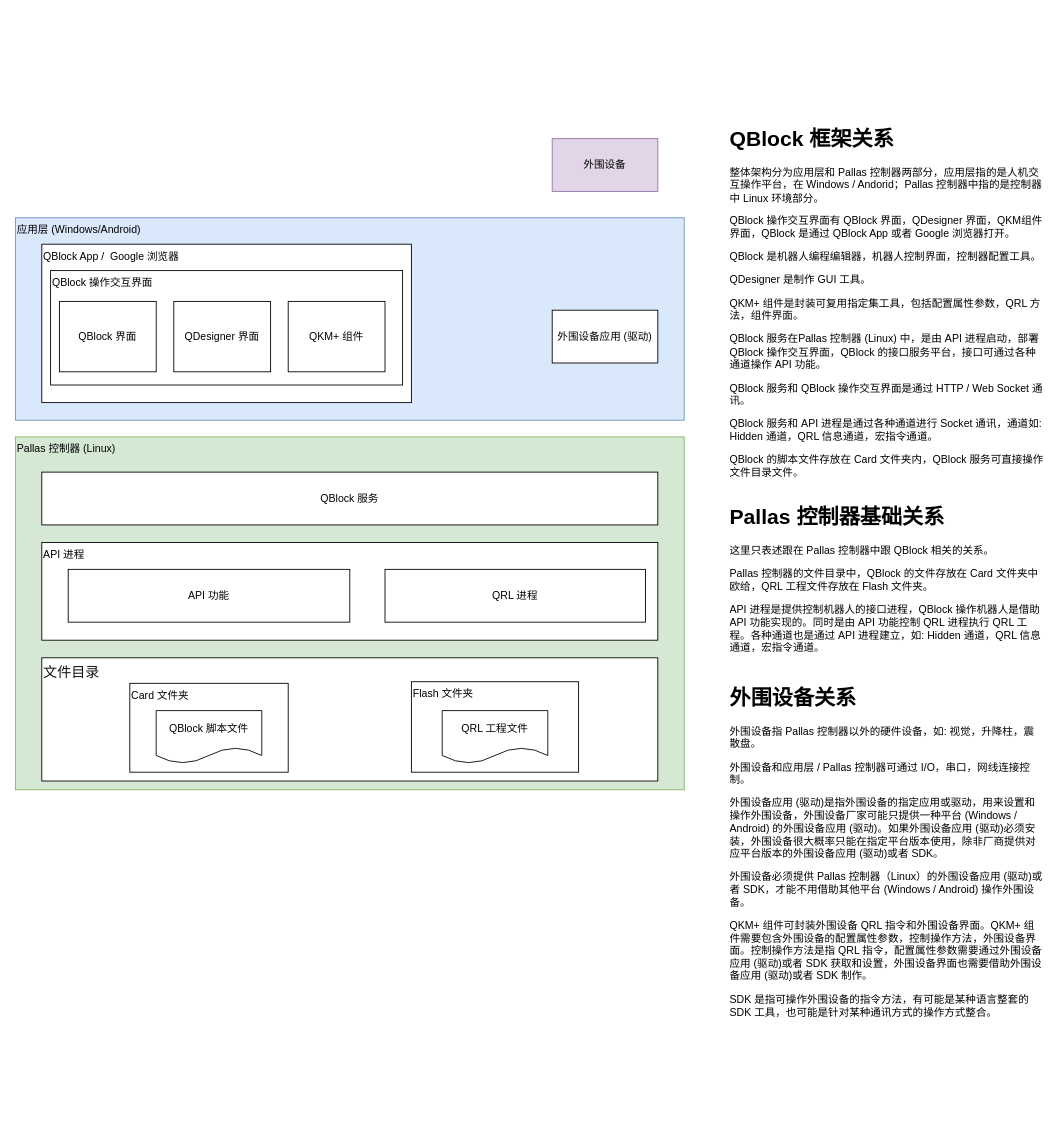
Earlier version of the draw.io diagram page "QBlock 架构" (1 of 9) of QBlock 架构图.drawio (laphomeliang/QBlockArchitectureDiagram). Source tidied: cells renumbered, new cells numbered last; positions are measured from the earlier drawing's top-left corner, leaving out a move shared by most shapes. Both pictures are drawn from the tidied source at 88%, with x=0, y=0 at pixel (15, 121).
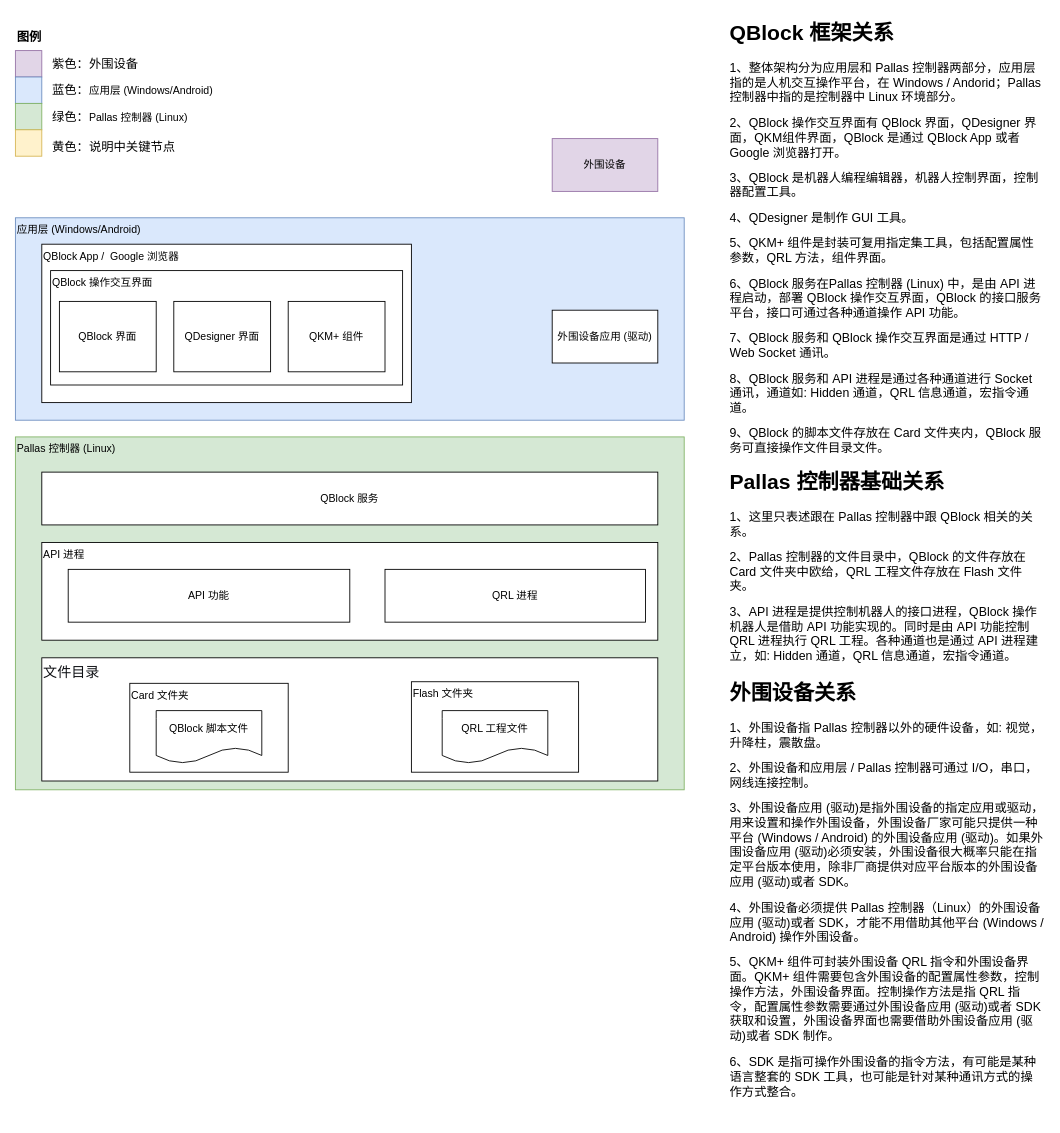
The same diagram, later.

What changed in the source:
```diff
@@
-    <mxCell id="15" value="&lt;h1 style=&quot;margin-top: 0px;&quot;&gt;QBlock 框架关系&lt;/h1&gt;&lt;p&gt;整体架构分为应用层和 Pallas 控制器两部分，应用层指的是人机交互操作平台，在 Windows / Andorid；Pallas 控制器中指的是控制器中 Linux 环境部分。&lt;/p&gt;&lt;p&gt;QBlock 操作交互界面有 QBlock 界面，QDesigner 界面，QKM组件界面，QBlock 是通过 QBlock App 或者 Google 浏览器打开。&lt;/p&gt;&lt;p&gt;QBlock 是机器人编程编辑器，&lt;span style=&quot;background-color: transparent; color: light-dark(rgb(0, 0, 0), rgb(255, 255, 255));&quot;&gt;机器人控制界面，控制器配置工具&lt;/span&gt;&lt;span style=&quot;background-color: transparent; color: light-dark(rgb(0, 0, 0), rgb(255, 255, 255));&quot;&gt;。&lt;/span&gt;&lt;/p&gt;&lt;p&gt;QDesigner 是制作 GUI 工具。&lt;/p&gt;&lt;p&gt;QKM+ 组件是封装可复用指定集工具，包括配置属性参数，QRL 方法，组件界面。&lt;/p&gt;&lt;p&gt;QBlock 服务在Pallas 控制器 (Linux) 中，是由 API 进程启动，部署 QBlock 操作交互界面，QBlock 的接口服务平台，接口可通过各种通道操作 API 功能。&lt;/p&gt;&lt;p&gt;QBlock 服务和 QBlock 操作交互界面是通过 HTTP / Web Socket 通讯。&lt;/p&gt;&lt;p&gt;QBlock 服务和 API 进程是通过各种通道进行 Socket 通讯，通道&lt;span style=&quot;background-color: transparent; color: light-dark(rgb(0, 0, 0), rgb(255, 255, 255));&quot;&gt;如: Hidden 通道，QRL 信息通道，宏指令通道。&lt;/span&gt;&lt;/p&gt;&lt;p&gt;&lt;span style=&quot;background-color: transparent; color: light-dark(rgb(0, 0, 0), rgb(255, 255, 255));&quot;&gt;QBlock 的脚本文件存放在 Card 文件夹内，&lt;/span&gt;&lt;span style=&quot;background-color: transparent; color: light-dark(rgb(0, 0, 0), rgb(255, 255, 255));&quot;&gt;QBlock 服务可直接操作文件目录文件&lt;/span&gt;&lt;span style=&quot;background-color: transparent; color: light-dark(rgb(0, 0, 0), rgb(255, 255, 255));&quot;&gt;。&lt;/span&gt;&lt;/p&gt;&lt;p&gt;&lt;br&gt;&lt;/p&gt;&lt;p&gt;&lt;br&gt;&lt;/p&gt;" style="text;html=1;whiteSpace=wrap;overflow=hidden;rounded=0;" parent="1" vertex="1">
-      <mxGeometry x="810" width="360" height="420" as="geometry" />
+    <mxCell id="15" value="&lt;h1 style=&quot;margin-top: 0px;&quot;&gt;QBlock 框架关系&lt;/h1&gt;&lt;p&gt;&lt;font style=&quot;font-size: 14px;&quot;&gt;1、整体架构分为应用层和 Pallas 控制器两部分，应用层指的是人机交互操作平台，在 Windows / Andorid；Pallas 控制器中指的是控制器中 Linux 环境部分。&lt;/font&gt;&lt;/p&gt;&lt;p&gt;&lt;font style=&quot;font-size: 14px;&quot;&gt;2、QBlock 操作交互界面有 QBlock 界面，QDesigner 界面，QKM组件界面，QBlock 是通过 QBlock App 或者 Google 浏览器打开。&lt;/font&gt;&lt;/p&gt;&lt;p&gt;&lt;font style=&quot;font-size: 14px;&quot;&gt;3、QBlock 是机器人编程编辑器，&lt;span style=&quot;background-color: transparent; color: light-dark(rgb(0, 0, 0), rgb(255, 255, 255));&quot;&gt;机器人控制界面，控制器配置工具&lt;/span&gt;&lt;span style=&quot;background-color: transparent; color: light-dark(rgb(0, 0, 0), rgb(255, 255, 255));&quot;&gt;。&lt;/span&gt;&lt;/font&gt;&lt;/p&gt;&lt;p&gt;&lt;font style=&quot;font-size: 14px;&quot;&gt;4、QDesigner 是制作 GUI 工具。&lt;/font&gt;&lt;/p&gt;&lt;p&gt;&lt;font style=&quot;font-size: 14px;&quot;&gt;5、QKM+ 组件是封装可复用指定集工具，包括配置属性参数，QRL 方法，组件界面。&lt;/font&gt;&lt;/p&gt;&lt;p&gt;&lt;font style=&quot;font-size: 14px;&quot;&gt;6、QBlock 服务在Pallas 控制器 (Linux) 中，是由 API 进程启动，部署 QBlock 操作交互界面，QBlock 的接口服务平台，接口可通过各种通道操作 API 功能。&lt;/font&gt;&lt;/p&gt;&lt;p&gt;&lt;font style=&quot;font-size: 14px;&quot;&gt;7、QBlock 服务和 QBlock 操作交互界面是通过 HTTP / Web Socket 通讯。&lt;/font&gt;&lt;/p&gt;&lt;p&gt;&lt;font style=&quot;font-size: 14px;&quot;&gt;8、QBlock 服务和 API 进程是通过各种通道进行 Socket 通讯，通道&lt;span style=&quot;background-color: transparent; color: light-dark(rgb(0, 0, 0), rgb(255, 255, 255));&quot;&gt;如: Hidden 通道，QRL 信息通道，宏指令通道。&lt;/span&gt;&lt;/font&gt;&lt;/p&gt;&lt;p&gt;&lt;font style=&quot;font-size: 14px;&quot;&gt;&lt;span style=&quot;background-color: transparent; color: light-dark(rgb(0, 0, 0), rgb(255, 255, 255));&quot;&gt;9、QBlock 的脚本文件存放在 Card 文件夹内，&lt;/span&gt;&lt;span style=&quot;background-color: transparent; color: light-dark(rgb(0, 0, 0), rgb(255, 255, 255));&quot;&gt;QBlock 服务可直接操作文件目录文件&lt;/span&gt;&lt;span style=&quot;background-color: transparent; color: light-dark(rgb(0, 0, 0), rgb(255, 255, 255));&quot;&gt;。&lt;/span&gt;&lt;/font&gt;&lt;/p&gt;&lt;p&gt;&lt;br&gt;&lt;/p&gt;&lt;p&gt;&lt;br&gt;&lt;/p&gt;" style="text;html=1;whiteSpace=wrap;overflow=hidden;rounded=0;" parent="1" vertex="1">
+      <mxGeometry x="810" y="-120" width="360" height="510" as="geometry" />
     </mxCell>
@@
-    <mxCell id="19" value="&lt;h1 style=&quot;margin-top: 0px;&quot;&gt;Pallas 控制器基础关系&lt;/h1&gt;&lt;p&gt;这里只表述跟在 Pallas 控制器中跟 QBlock 相关的关系。&lt;/p&gt;&lt;p&gt;Pallas 控制器的文件目录中，QBlock 的文件存放在 Card 文件夹中欧给，QRL 工程文件存放在 Flash 文件夹。&lt;/p&gt;&lt;p&gt;API 进程是提供控制机器人的接口进程，QBlock 操作机器人是借助 API 功能实现的。同时是由 API 功能控制 QRL 进程执行 QRL 工程。各种通道也是通过 API 进程建立，如: Hidden 通道，QRL 信息通道，宏指令通道。&lt;/p&gt;" style="text;html=1;whiteSpace=wrap;overflow=hidden;rounded=0;" parent="1" vertex="1">
-      <mxGeometry x="810" y="430" width="360" height="220" as="geometry" />
+    <mxCell id="19" value="&lt;h1 style=&quot;margin-top: 0px;&quot;&gt;Pallas 控制器基础关系&lt;/h1&gt;&lt;p&gt;&lt;font style=&quot;font-size: 14px;&quot;&gt;1、这里只表述跟在 Pallas 控制器中跟 QBlock 相关的关系。&lt;/font&gt;&lt;/p&gt;&lt;p&gt;&lt;font style=&quot;font-size: 14px;&quot;&gt;2、Pallas 控制器的文件目录中，QBlock 的文件存放在 Card 文件夹中欧给，QRL 工程文件存放在 Flash 文件夹。&lt;/font&gt;&lt;/p&gt;&lt;p&gt;&lt;font style=&quot;font-size: 14px;&quot;&gt;3、API 进程是提供控制机器人的接口进程，QBlock 操作机器人是借助 API 功能实现的。同时是由 API 功能控制 QRL 进程执行 QRL 工程。各种通道也是通过 API 进程建立，如: Hidden 通道，QRL 信息通道，宏指令通道。&lt;/font&gt;&lt;/p&gt;" style="text;html=1;whiteSpace=wrap;overflow=hidden;rounded=0;" parent="1" vertex="1">
+      <mxGeometry x="810" y="390" width="360" height="240" as="geometry" />
     </mxCell>
-    <mxCell id="20" value="&lt;h1 style=&quot;margin-top: 0px;&quot;&gt;外围设备关系&lt;/h1&gt;&lt;p&gt;外围设备指 Pallas 控制器以外的硬件设备，如: 视觉，升降柱，震散盘。&lt;/p&gt;&lt;p&gt;外围设备和应用层 / Pallas 控制器可通过 I/O，串口，网线连接控制。&lt;/p&gt;&lt;p&gt;&lt;span style=&quot;text-align: center;&quot;&gt;外围设备应用 (驱动)是指外围设备的指定应用或驱动，用来设置和操作外围设备，外围设备厂家可能只提供一种平台 (Windows / Android) 的&lt;/span&gt;&lt;span style=&quot;text-align: center; background-color: transparent; color: light-dark(rgb(0, 0, 0), rgb(255, 255, 255));&quot;&gt;外围设备应用 (驱动)。如果&lt;/span&gt;&lt;span style=&quot;text-align: center; background-color: transparent; color: light-dark(rgb(0, 0, 0), rgb(255, 255, 255));&quot;&gt;外围设备应用 (驱动)必须安装，外围设备很大概率只能在指定平台版本使用，除非厂商提供对应平台版本的&lt;/span&gt;&lt;span style=&quot;text-align: center; background-color: transparent; color: light-dark(rgb(0, 0, 0), rgb(255, 255, 255));&quot;&gt;外围设备应用 (驱动)或者 SDK&lt;/span&gt;&lt;span style=&quot;background-color: transparent; color: light-dark(rgb(0, 0, 0), rgb(255, 255, 255)); text-align: center;&quot;&gt;。&lt;/span&gt;&lt;/p&gt;&lt;p&gt;外围设备必须提供 Pallas 控制器（Linux）的&lt;span style=&quot;text-align: center; background-color: transparent; color: light-dark(rgb(0, 0, 0), rgb(255, 255, 255));&quot;&gt;外围设备应用 (驱动)或者 SDK，才能不用借助其他平台&lt;/span&gt;&lt;span style=&quot;text-align: center; background-color: transparent; color: light-dark(rgb(0, 0, 0), rgb(255, 255, 255));&quot;&gt;&amp;nbsp;&lt;/span&gt;&lt;span style=&quot;text-align: center; background-color: transparent; color: light-dark(rgb(0, 0, 0), rgb(255, 255, 255));&quot;&gt;(Windows / Android)&lt;/span&gt;&lt;span style=&quot;text-align: center; background-color: transparent; color: light-dark(rgb(0, 0, 0), rgb(255, 255, 255));&quot;&gt;&amp;nbsp;操作外围设备。&lt;/span&gt;&lt;/p&gt;&lt;p&gt;QKM+ 组件可封装外围设备 QRL 指令和&lt;span style=&quot;background-color: transparent; color: light-dark(rgb(0, 0, 0), rgb(255, 255, 255));&quot;&gt;外围设备&lt;/span&gt;&lt;span style=&quot;background-color: transparent; color: light-dark(rgb(0, 0, 0), rgb(255, 255, 255));&quot;&gt;界面。QKM+ 组件需要包含外围设备的配置属性参数，控制操作方法，外围设备界面。&lt;/span&gt;&lt;span style=&quot;background-color: transparent; color: light-dark(rgb(0, 0, 0), rgb(255, 255, 255));&quot;&gt;控制操作方法是指 QRL 指令，配置属性参数需要通过&lt;/span&gt;&lt;span style=&quot;text-align: center; background-color: transparent; color: light-dark(rgb(0, 0, 0), rgb(255, 255, 255));&quot;&gt;外围设备应用 (驱动)或者 SDK 获取和设置，&lt;/span&gt;&lt;span style=&quot;background-color: transparent; color: light-dark(rgb(0, 0, 0), rgb(255, 255, 255));&quot;&gt;外围设备&lt;/span&gt;&lt;span style=&quot;background-color: transparent; color: light-dark(rgb(0, 0, 0), rgb(255, 255, 255));&quot;&gt;界面也需要借助&lt;/span&gt;&lt;span style=&quot;text-align: center; background-color: transparent; color: light-dark(rgb(0, 0, 0), rgb(255, 255, 255));&quot;&gt;外围设备应用 (驱动)或者 SDK&lt;/span&gt;&lt;span style=&quot;text-align: center; background-color: transparent; color: light-dark(rgb(0, 0, 0), rgb(255, 255, 255));&quot;&gt;&amp;nbsp;制作。&lt;/span&gt;&lt;/p&gt;&lt;p&gt;&lt;span style=&quot;text-align: center; background-color: transparent; color: light-dark(rgb(0, 0, 0), rgb(255, 255, 255));&quot;&gt;SDK 是指可操作外围设备的指令方法，有可能是某种语言整套的 SDK 工具，也可能是针对某种通讯方式的操作方式整合。&lt;/span&gt;&lt;/p&gt;" style="text;html=1;whiteSpace=wrap;overflow=hidden;rounded=0;" parent="1" vertex="1">
-      <mxGeometry x="810" y="635" width="360" height="400" as="geometry" />
+    <mxCell id="20" value="&lt;h1 style=&quot;margin-top: 0px;&quot;&gt;外围设备关系&lt;/h1&gt;&lt;p&gt;&lt;font style=&quot;font-size: 14px;&quot;&gt;1、外围设备指 Pallas 控制器以外的硬件设备，如: 视觉，升降柱，震散盘。&lt;/font&gt;&lt;/p&gt;&lt;p&gt;&lt;font style=&quot;font-size: 14px;&quot;&gt;2、外围设备和应用层 / Pallas 控制器可通过 I/O，串口，网线连接控制。&lt;/font&gt;&lt;/p&gt;&lt;p&gt;&lt;font style=&quot;font-size: 14px;&quot;&gt;&lt;span style=&quot;text-align: center;&quot;&gt;3、外围设备应用 (驱动)是指外围设备的指定应用或驱动，用来设置和操作外围设备，外围设备厂家可能只提供一种平台 (Windows / Android) 的&lt;/span&gt;&lt;span style=&quot;text-align: center; background-color: transparent; color: light-dark(rgb(0, 0, 0), rgb(255, 255, 255));&quot;&gt;外围设备应用 (驱动)。如果&lt;/span&gt;&lt;span style=&quot;text-align: center; background-color: transparent; color: light-dark(rgb(0, 0, 0), rgb(255, 255, 255));&quot;&gt;外围设备应用 (驱动)必须安装，外围设备很大概率只能在指定平台版本使用，除非厂商提供对应平台版本的&lt;/span&gt;&lt;span style=&quot;text-align: center; background-color: transparent; color: light-dark(rgb(0, 0, 0), rgb(255, 255, 255));&quot;&gt;外围设备应用 (驱动)或者 SDK&lt;/span&gt;&lt;span style=&quot;background-color: transparent; color: light-dark(rgb(0, 0, 0), rgb(255, 255, 255)); text-align: center;&quot;&gt;。&lt;/span&gt;&lt;/font&gt;&lt;/p&gt;&lt;p&gt;&lt;font style=&quot;font-size: 14px;&quot;&gt;4、外围设备必须提供 Pallas 控制器（Linux）的&lt;span style=&quot;text-align: center; background-color: transparent; color: light-dark(rgb(0, 0, 0), rgb(255, 255, 255));&quot;&gt;外围设备应用 (驱动)或者 SDK，才能不用借助其他平台&lt;/span&gt;&lt;span style=&quot;text-align: center; background-color: transparent; color: light-dark(rgb(0, 0, 0), rgb(255, 255, 255));&quot;&gt;&amp;nbsp;&lt;/span&gt;&lt;span style=&quot;text-align: center; background-color: transparent; color: light-dark(rgb(0, 0, 0), rgb(255, 255, 255));&quot;&gt;(Windows / Android)&lt;/span&gt;&lt;span style=&quot;text-align: center; background-color: transparent; color: light-dark(rgb(0, 0, 0), rgb(255, 255, 255));&quot;&gt;&amp;nbsp;操作外围设备。&lt;/span&gt;&lt;/font&gt;&lt;/p&gt;&lt;p&gt;&lt;font style=&quot;font-size: 14px;&quot;&gt;5、QKM+ 组件可封装外围设备 QRL 指令和&lt;span style=&quot;background-color: transparent; color: light-dark(rgb(0, 0, 0), rgb(255, 255, 255));&quot;&gt;外围设备&lt;/span&gt;&lt;span style=&quot;background-color: transparent; color: light-dark(rgb(0, 0, 0), rgb(255, 255, 255));&quot;&gt;界面。QKM+ 组件需要包含外围设备的配置属性参数，控制操作方法，外围设备界面。&lt;/span&gt;&lt;span style=&quot;background-color: transparent; color: light-dark(rgb(0, 0, 0), rgb(255, 255, 255));&quot;&gt;控制操作方法是指 QRL 指令，配置属性参数需要通过&lt;/span&gt;&lt;span style=&quot;text-align: center; background-color: transparent; color: light-dark(rgb(0, 0, 0), rgb(255, 255, 255));&quot;&gt;外围设备应用 (驱动)或者 SDK 获取和设置，&lt;/span&gt;&lt;span style=&quot;background-color: transparent; color: light-dark(rgb(0, 0, 0), rgb(255, 255, 255));&quot;&gt;外围设备&lt;/span&gt;&lt;span style=&quot;background-color: transparent; color: light-dark(rgb(0, 0, 0), rgb(255, 255, 255));&quot;&gt;界面也需要借助&lt;/span&gt;&lt;span style=&quot;text-align: center; background-color: transparent; color: light-dark(rgb(0, 0, 0), rgb(255, 255, 255));&quot;&gt;外围设备应用 (驱动)或者 SDK&lt;/span&gt;&lt;span style=&quot;text-align: center; background-color: transparent; color: light-dark(rgb(0, 0, 0), rgb(255, 255, 255));&quot;&gt;&amp;nbsp;制作。&lt;/span&gt;&lt;/font&gt;&lt;/p&gt;&lt;p&gt;&lt;span style=&quot;text-align: center; background-color: transparent; color: light-dark(rgb(0, 0, 0), rgb(255, 255, 255));&quot;&gt;&lt;font style=&quot;font-size: 14px;&quot;&gt;6、SDK 是指可操作外围设备的指令方法，有可能是某种语言整套的 SDK 工具，也可能是针对某种通讯方式的操作方式整合。&lt;/font&gt;&lt;/span&gt;&lt;/p&gt;" style="text;html=1;whiteSpace=wrap;overflow=hidden;rounded=0;" parent="1" vertex="1">
+      <mxGeometry x="810" y="630" width="360" height="500" as="geometry" />
     </mxCell>
@@
+    <mxCell id="23" value="&lt;b&gt;&lt;font style=&quot;font-size: 14px;&quot;&gt;图例&lt;/font&gt;&lt;/b&gt;" style="text;html=1;whiteSpace=wrap;strokeColor=none;fillColor=none;align=left;verticalAlign=middle;rounded=0;" parent="1" vertex="1">
+      <mxGeometry y="-110" width="60" height="30" as="geometry" />
+    </mxCell>
+    <mxCell id="24" style="rounded=0;whiteSpace=wrap;html=1;fillColor=#e1d5e7;strokeColor=#9673a6;" parent="1" vertex="1">
+      <mxGeometry y="-80" width="30" height="30" as="geometry" />
+    </mxCell>
+    <mxCell id="25" style="rounded=0;whiteSpace=wrap;html=1;fillColor=#dae8fc;strokeColor=#6c8ebf;" parent="1" vertex="1">
+      <mxGeometry y="-50" width="30" height="30" as="geometry" />
+    </mxCell>
+    <mxCell id="26" style="rounded=0;whiteSpace=wrap;html=1;fillColor=#d5e8d4;strokeColor=#82b366;" parent="1" vertex="1">
+      <mxGeometry y="-20" width="30" height="30" as="geometry" />
+    </mxCell>
+    <mxCell id="27" style="rounded=0;whiteSpace=wrap;html=1;fillColor=#fff2cc;strokeColor=#d6b656;" parent="1" vertex="1">
+      <mxGeometry y="10" width="30" height="30" as="geometry" />
+    </mxCell>
+    <mxCell id="28" value="&lt;font style=&quot;font-size: 14px;&quot;&gt;紫色：外围设备&lt;/font&gt;" style="text;html=1;whiteSpace=wrap;strokeColor=none;fillColor=none;align=left;verticalAlign=middle;rounded=0;" parent="1" vertex="1">
+      <mxGeometry x="40" y="-80" width="190" height="30" as="geometry" />
+    </mxCell>
+    <mxCell id="29" value="&lt;font style=&quot;font-size: 14px;&quot;&gt;蓝色：&lt;/font&gt;应用层 (Windows/Android)" style="text;html=1;whiteSpace=wrap;strokeColor=none;fillColor=none;align=left;verticalAlign=middle;rounded=0;" parent="1" vertex="1">
+      <mxGeometry x="40" y="-50" width="190" height="30" as="geometry" />
+    </mxCell>
+    <mxCell id="30" value="&lt;font style=&quot;font-size: 14px;&quot;&gt;绿色：&lt;/font&gt;Pallas 控制器 (Linux)" style="text;html=1;whiteSpace=wrap;strokeColor=none;fillColor=none;align=left;verticalAlign=middle;rounded=0;" parent="1" vertex="1">
+      <mxGeometry x="40" y="-20" width="190" height="30" as="geometry" />
+    </mxCell>
+    <mxCell id="31" value="&lt;font style=&quot;font-size: 14px;&quot;&gt;黄色：说明中关键节点&lt;/font&gt;" style="text;html=1;whiteSpace=wrap;strokeColor=none;fillColor=none;align=left;verticalAlign=middle;rounded=0;" parent="1" vertex="1">
+      <mxGeometry x="40" y="15" width="190" height="30" as="geometry" />
+    </mxCell>
```
